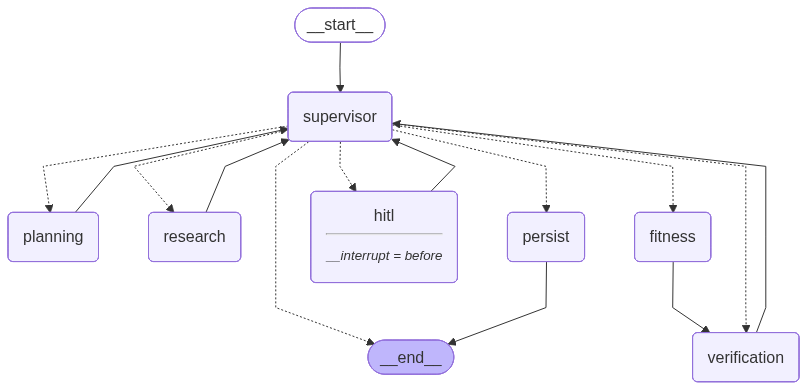
Before: src/docs/diagrams/supervisor.png, a diagram exported from Mermaid (hoanhoang-agilityio/Assistant-Learning). Its source is kept beside it as src/docs/diagrams/supervisor.mmd. The source it was exported from:
```mermaid
---
config:
  flowchart:
    curve: linear
---
graph TD;
	__start__([<p>__start__</p>]):::first
	supervisor(supervisor)
	planning(planning)
	research(research)
	fitness(fitness)
	verification(verification)
	hitl(hitl<hr/><small><em>__interrupt = before</em></small>)
	persist(persist)
	__end__([<p>__end__</p>]):::last
	__start__ --> supervisor;
	fitness --> verification;
	hitl --> supervisor;
	planning --> supervisor;
	research --> supervisor;
	supervisor -.-> __end__;
	supervisor -.-> fitness;
	supervisor -.-> hitl;
	supervisor -.-> persist;
	supervisor -.-> planning;
	supervisor -.-> research;
	supervisor -.-> verification;
	verification --> supervisor;
	persist --> __end__;
	classDef default fill:#f2f0ff,line-height:1.2
	classDef first fill-opacity:0
	classDef last fill:#bfb6fc
```
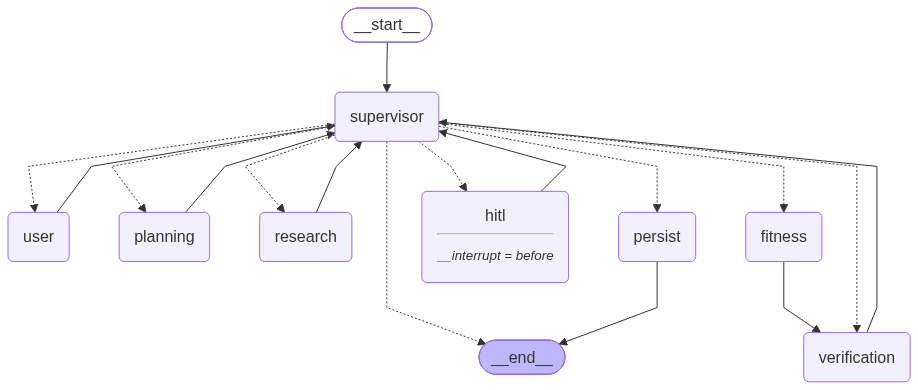
After the change.

Commit message:
docs: regenerate supervisor and subgraph diagrams after user/planning graph changes

The edit, as a diff of the source:
```diff
@@ -6,6 +6,7 @@
 graph TD;
 	__start__([<p>__start__</p>]):::first
 	supervisor(supervisor)
+	user(user)
 	planning(planning)
 	research(research)
 	fitness(fitness)
@@ -24,7 +25,9 @@
 	supervisor -.-> persist;
 	supervisor -.-> planning;
 	supervisor -.-> research;
+	supervisor -.-> user;
 	supervisor -.-> verification;
+	user --> supervisor;
 	verification --> supervisor;
 	persist --> __end__;
 	classDef default fill:#f2f0ff,line-height:1.2
```
